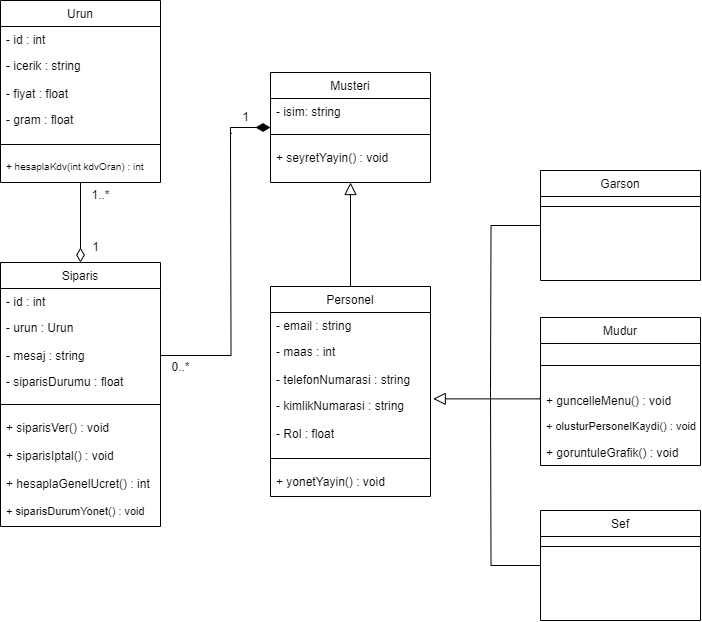
Before: src/UML/LezzetSarayi-Class.drawio.png, a diagram exported from draw.io (kemaldenizl/lezzet-sarayi). Source tidied: cells renumbered, new cells last; positions are measured from the earlier drawing's top-left corner, leaving out a move shared by most shapes.
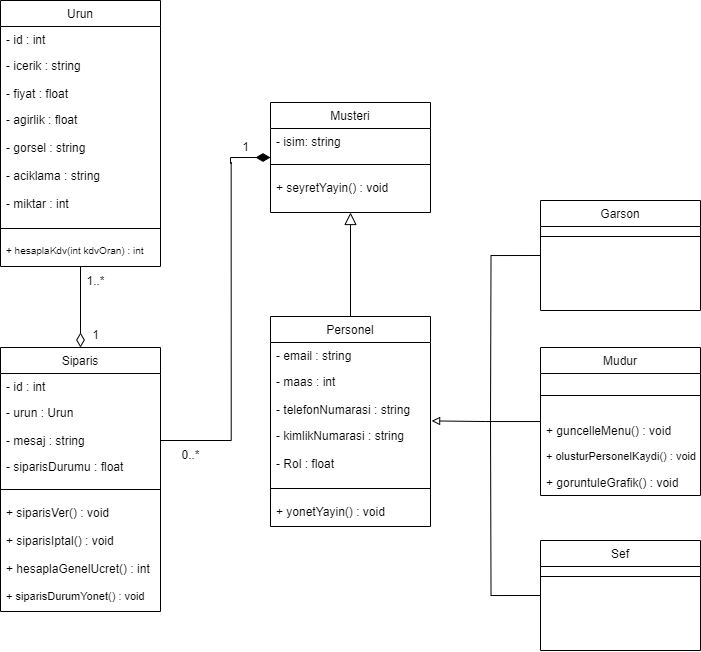
The same file after the commit.

What changed in the source:
```diff
@@ -29,11 +29,6 @@
     <mxCell id="10" value="+ yonetYayin() : void" style="text;align=left;verticalAlign=top;spacingLeft=4;spacingRight=4;overflow=hidden;" parent="3" vertex="1">
       <mxGeometry y="182" width="160" height="28" as="geometry" />
     </mxCell>
-    <mxCell id="11" style="endArrow=block;endSize=10;endFill=0;shadow=0;strokeWidth=1;rounded=0;curved=0;edgeStyle=elbowEdgeStyle;elbow=vertical;exitX=-0.005;exitY=0.242;exitDx=0;exitDy=0;exitPerimeter=0;entryX=1.017;entryY=0.252;entryDx=0;entryDy=0;entryPerimeter=0;" parent="1" edge="1" target="7">
-      <mxGeometry relative="1" as="geometry">
-        <mxPoint x="539.2" y="397.3" as="sourcePoint" />
-      </mxGeometry>
-    </mxCell>
     <mxCell id="12" style="edgeStyle=orthogonalEdgeStyle;rounded=0;jettySize=auto;html=1;exitX=0;exitY=0.5;exitDx=0;exitDy=0;endArrow=none;endFill=0;startArrow=diamondThin;startFill=1;startSize=12;entryX=0.045;entryY=1.026;entryDx=0;entryDy=0;entryPerimeter=0;" parent="1" edge="1" source="13" target="33">
       <mxGeometry relative="1" as="geometry">
         <Array as="points">
@@ -54,6 +49,9 @@
     <mxCell id="16" value="+ seyretYayin() : void" style="text;align=left;verticalAlign=top;spacingLeft=4;spacingRight=4;overflow=hidden;" parent="13" vertex="1">
       <mxGeometry y="72" width="160" height="28" as="geometry" />
     </mxCell>
+    <mxCell id="51" style="edgeStyle=orthogonalEdgeStyle;rounded=0;jettySize=auto;html=1;entryX=1.007;entryY=0.938;entryDx=0;entryDy=0;entryPerimeter=0;endArrow=block;endFill=0;" parent="1" edge="1" source="17" target="6">
+      <mxGeometry relative="1" as="geometry" />
+    </mxCell>
     <mxCell id="17" value="Mudur" style="swimlane;fontStyle=0;align=center;verticalAlign=top;horizontal=1;startSize=26;rounded=0;shadow=0;strokeWidth=1;" parent="1" vertex="1">
       <mxGeometry x="540" y="317" width="160" height="148" as="geometry" />
     </mxCell>
@@ -70,7 +68,7 @@
       <mxGeometry y="122" width="160" height="26" as="geometry" />
     </mxCell>
     <mxCell id="22" value="Siparis" style="swimlane;fontStyle=0;align=center;verticalAlign=top;horizontal=1;startSize=26;rounded=0;shadow=0;strokeWidth=1;" parent="1" vertex="1">
-      <mxGeometry y="262" width="160" height="264" as="geometry" />
+      <mxGeometry y="317" width="160" height="264" as="geometry" />
     </mxCell>
     <mxCell id="23" value="- id : int" style="text;align=left;verticalAlign=top;spacingLeft=4;spacingRight=4;overflow=hidden;rounded=0;shadow=0;html=0;" parent="22" vertex="1">
       <mxGeometry y="26" width="160" height="26" as="geometry" />
@@ -78,11 +76,6 @@
     <mxCell id="24" value="- urun : Urun" style="text;align=left;verticalAlign=top;spacingLeft=4;spacingRight=4;overflow=hidden;rounded=0;shadow=0;html=0;" parent="22" vertex="1">
       <mxGeometry y="52" width="160" height="28" as="geometry" />
     </mxCell>
-    <mxCell id="25" style="edgeStyle=orthogonalEdgeStyle;rounded=0;jettySize=auto;html=1;exitX=1;exitY=0.5;exitDx=0;exitDy=0;endArrow=none;endFill=0;" parent="22" edge="1" source="26">
-      <mxGeometry relative="1" as="geometry">
-        <mxPoint x="230" y="-130" as="targetPoint" />
-      </mxGeometry>
-    </mxCell>
     <mxCell id="26" value="- mesaj : string" style="text;align=left;verticalAlign=top;spacingLeft=4;spacingRight=4;overflow=hidden;points=[[0,0.5],[1,0.5]];portConstraint=eastwest;rounded=0;shadow=0;html=0;" parent="22" vertex="1">
       <mxGeometry y="80" width="160" height="26" as="geometry" />
     </mxCell>
@@ -108,13 +101,13 @@
       <mxGeometry x="230" y="102" width="30" height="30" as="geometry" />
     </mxCell>
     <mxCell id="34" value="0..*" style="text;html=1;align=center;verticalAlign=middle;strokeColor=none;fillColor=none;" parent="1" vertex="1">
-      <mxGeometry x="160" y="352" width="40" height="30" as="geometry" />
+      <mxGeometry x="170" y="410" width="40" height="30" as="geometry" />
     </mxCell>
     <mxCell id="35" style="edgeStyle=orthogonalEdgeStyle;rounded=0;jettySize=auto;html=1;entryX=0.5;entryY=0;entryDx=0;entryDy=0;endArrow=diamondThin;endFill=0;endSize=12;" parent="1" edge="1" source="36" target="22">
       <mxGeometry relative="1" as="geometry" />
     </mxCell>
     <mxCell id="36" value="Urun" style="swimlane;fontStyle=0;align=center;verticalAlign=top;horizontal=1;startSize=26;rounded=0;shadow=0;strokeWidth=1;" parent="1" vertex="1">
-      <mxGeometry width="160" height="182" as="geometry" />
+      <mxGeometry y="-30" width="160" height="266" as="geometry" />
     </mxCell>
     <mxCell id="37" value="- id : int" style="text;align=left;verticalAlign=top;spacingLeft=4;spacingRight=4;overflow=hidden;rounded=0;shadow=0;html=0;" parent="36" vertex="1">
       <mxGeometry y="26" width="160" height="26" as="geometry" />
@@ -125,20 +118,29 @@
     <mxCell id="39" value="- fiyat : float" style="text;align=left;verticalAlign=top;spacingLeft=4;spacingRight=4;overflow=hidden;rounded=0;shadow=0;html=0;" parent="36" vertex="1">
       <mxGeometry y="80" width="160" height="26" as="geometry" />
     </mxCell>
-    <mxCell id="40" value="- gram : float" style="text;align=left;verticalAlign=top;spacingLeft=4;spacingRight=4;overflow=hidden;rounded=0;shadow=0;html=0;" parent="36" vertex="1">
+    <mxCell id="40" value="- agirlik : float" style="text;align=left;verticalAlign=top;spacingLeft=4;spacingRight=4;overflow=hidden;rounded=0;shadow=0;html=0;" parent="36" vertex="1">
       <mxGeometry y="106" width="160" height="28" as="geometry" />
     </mxCell>
+    <mxCell id="52" value="- gorsel : string" style="text;align=left;verticalAlign=top;spacingLeft=4;spacingRight=4;overflow=hidden;rounded=0;shadow=0;html=0;" parent="36" vertex="1">
+      <mxGeometry y="134" width="160" height="28" as="geometry" />
+    </mxCell>
+    <mxCell id="53" value="- aciklama : string" style="text;align=left;verticalAlign=top;spacingLeft=4;spacingRight=4;overflow=hidden;rounded=0;shadow=0;html=0;" parent="36" vertex="1">
+      <mxGeometry y="162" width="160" height="28" as="geometry" />
+    </mxCell>
+    <mxCell id="54" value="- miktar : int" style="text;align=left;verticalAlign=top;spacingLeft=4;spacingRight=4;overflow=hidden;rounded=0;shadow=0;html=0;" parent="36" vertex="1">
+      <mxGeometry y="190" width="160" height="28" as="geometry" />
+    </mxCell>
     <mxCell id="41" style="line;html=1;strokeWidth=1;align=left;verticalAlign=middle;spacingTop=-1;spacingLeft=3;spacingRight=3;labelPosition=right;" parent="36" vertex="1">
-      <mxGeometry y="134" width="160" height="20" as="geometry" />
+      <mxGeometry y="218" width="160" height="20" as="geometry" />
     </mxCell>
     <mxCell id="42" value="+ hesaplaKdv(int kdvOran) : int" style="text;align=left;verticalAlign=top;spacingLeft=4;spacingRight=4;overflow=hidden;fontSize=10;" parent="36" vertex="1">
-      <mxGeometry y="154" width="160" height="28" as="geometry" />
+      <mxGeometry y="238" width="160" height="28" as="geometry" />
     </mxCell>
     <mxCell id="43" value="1" style="text;html=1;align=center;verticalAlign=middle;strokeColor=none;fillColor=none;" parent="1" vertex="1">
-      <mxGeometry x="80" y="232" width="30" height="30" as="geometry" />
+      <mxGeometry x="80" y="290" width="30" height="30" as="geometry" />
     </mxCell>
     <mxCell id="44" value="1..*" style="text;html=1;align=center;verticalAlign=middle;strokeColor=none;fillColor=none;" parent="1" vertex="1">
-      <mxGeometry x="80" y="180" width="40" height="30" as="geometry" />
+      <mxGeometry x="75" y="236" width="40" height="30" as="geometry" />
     </mxCell>
     <mxCell id="45" style="edgeStyle=orthogonalEdgeStyle;rounded=0;jettySize=auto;html=1;exitX=0;exitY=0.5;exitDx=0;exitDy=0;endArrow=none;endFill=0;" parent="1" edge="1" source="46">
       <mxGeometry relative="1" as="geometry">
@@ -162,5 +164,8 @@
     <mxCell id="50" style="line;html=1;strokeWidth=1;align=left;verticalAlign=middle;spacingTop=-1;spacingLeft=3;spacingRight=3;labelPosition=right;" parent="49" vertex="1">
       <mxGeometry y="26" width="160" height="20" as="geometry" />
     </mxCell>
+    <mxCell id="25" style="edgeStyle=orthogonalEdgeStyle;rounded=0;jettySize=auto;html=1;exitX=1;exitY=0.5;exitDx=0;exitDy=0;endArrow=none;endFill=0;entryX=0.022;entryY=0.987;entryDx=0;entryDy=0;entryPerimeter=0;" parent="1" edge="1" source="26" target="33">
+      <mxGeometry relative="1" as="geometry" />
+    </mxCell>
   </root>
 </mxGraphModel>
```
